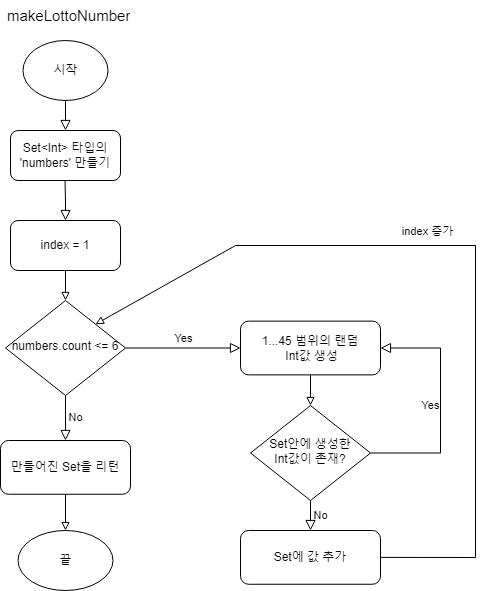
The draw.io diagram Step1.drawio.png in yagom-academy/swift-starter-Round2, before a commit. Source tidied: cells renumbered, new cells last; positions are measured from the earlier drawing's top-left corner, leaving out a move shared by most shapes.
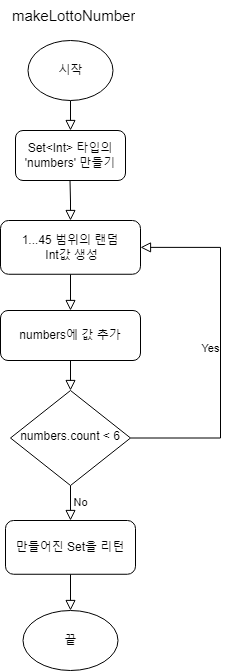
The same diagram one commit later.

Commit message:
Refactor: for-in 제거, repeat-while 조건 변경 기존 코드는 insert의 리턴값을 검사, .count의 개수를 검사하도록 변경 코드에 맞춰 플로우차트도 수정작업함

Diff of the diagram source:
```diff
@@ -11,77 +11,51 @@
     <mxCell id="3" value="No" style="rounded=0;html=1;jettySize=auto;fontSize=11;endArrow=block;endFill=0;endSize=8;strokeWidth=1;shadow=0;labelBackgroundColor=none;edgeStyle=orthogonalEdgeStyle;exitX=0.5;exitY=1;exitDx=0;exitDy=0;entryX=0.5;entryY=0;entryDx=0;entryDy=0;" parent="1" edge="1" source="5" target="20">
       <mxGeometry x="-0.02" y="10" relative="1" as="geometry" />
     </mxCell>
-    <mxCell id="4" value="Yes" style="edgeStyle=orthogonalEdgeStyle;rounded=0;html=1;jettySize=auto;fontSize=11;endArrow=block;endFill=0;endSize=8;strokeWidth=1;shadow=0;labelBackgroundColor=none;exitX=1;exitY=0.5;exitDx=0;exitDy=0;entryX=0;entryY=0.5;entryDx=0;entryDy=0;" parent="1" edge="1" source="5" target="7">
-      <mxGeometry y="10" relative="1" as="geometry" />
+    <mxCell id="4" value="Yes" style="edgeStyle=orthogonalEdgeStyle;rounded=0;html=1;jettySize=auto;fontSize=11;endArrow=block;endFill=0;endSize=8;strokeWidth=1;shadow=0;labelBackgroundColor=none;exitX=1;exitY=0.5;exitDx=0;exitDy=0;entryX=1;entryY=0.5;entryDx=0;entryDy=0;" parent="1" edge="1" source="5" target="7">
+      <mxGeometry y="10" relative="1" as="geometry">
+        <Array as="points">
+          <mxPoint x="215" y="438" />
+          <mxPoint x="215" y="247" />
+        </Array>
+      </mxGeometry>
     </mxCell>
-    <mxCell id="5" value="numbers.count &amp;lt;= 6" style="rhombus;whiteSpace=wrap;html=1;shadow=0;fontFamily=Helvetica;fontSize=12;align=center;strokeWidth=1;spacing=6;spacingTop=-4;" parent="1" vertex="1">
-      <mxGeometry x="5" y="300" width="120" height="95" as="geometry" />
+    <mxCell id="5" value="numbers.count &amp;lt;&amp;nbsp;6" style="rhombus;whiteSpace=wrap;html=1;shadow=0;fontFamily=Helvetica;fontSize=12;align=center;strokeWidth=1;spacing=6;spacingTop=-4;" parent="1" vertex="1">
+      <mxGeometry x="5" y="390" width="120" height="95" as="geometry" />
     </mxCell>
-    <mxCell id="6" style="edgeStyle=orthogonalEdgeStyle;rounded=0;jettySize=auto;html=1;endArrow=block;endFill=0;" parent="1" edge="1" source="7" target="15">
+    <mxCell id="6" style="edgeStyle=orthogonalEdgeStyle;rounded=0;jettySize=auto;html=1;endArrow=block;endFill=0;entryX=0.5;entryY=0;entryDx=0;entryDy=0;endSize=8;" parent="1" edge="1" source="7" target="18">
       <mxGeometry relative="1" as="geometry" />
     </mxCell>
     <mxCell id="7" value="1...45 범위의 랜덤&lt;br&gt;&amp;nbsp;Int값 생성" style="rounded=1;whiteSpace=wrap;html=1;fontSize=12;glass=0;strokeWidth=1;shadow=0;" parent="1" vertex="1">
-      <mxGeometry x="240" y="320.6" width="140" height="53.8" as="geometry" />
+      <mxGeometry x="-5" y="220" width="140" height="53.8" as="geometry" />
     </mxCell>
     <mxCell id="8" value="시작" style="ellipse;whiteSpace=wrap;html=1;" parent="1" vertex="1">
       <mxGeometry x="22.5" y="40" width="85" height="60" as="geometry" />
     </mxCell>
     <mxCell id="9" value="끝" style="ellipse;whiteSpace=wrap;html=1;" parent="1" vertex="1">
-      <mxGeometry x="17.5" y="530" width="95" height="60" as="geometry" />
+      <mxGeometry x="17.5" y="610" width="95" height="60" as="geometry" />
     </mxCell>
     <mxCell id="10" value="&lt;span style=&quot;font-size: 15px;&quot;&gt;makeLottoNumber&lt;/span&gt;" style="text;strokeColor=none;fillColor=none;align=left;verticalAlign=middle;spacingLeft=4;spacingRight=4;overflow=hidden;whiteSpace=wrap;html=1;" parent="1" vertex="1">
       <mxGeometry x="1.2" width="147.5" height="30" as="geometry" />
     </mxCell>
-    <mxCell id="11" style="endArrow=block;rounded=0;endFill=0;entryX=1;entryY=0;entryDx=0;entryDy=0;html=1;exitX=1;exitY=0.5;exitDx=0;exitDy=0;" parent="1" edge="1" source="18" target="5">
-      <mxGeometry relative="1" as="geometry">
-        <Array as="points">
-          <mxPoint x="475" y="557" />
-          <mxPoint x="475" y="245" />
-          <mxPoint x="235" y="245" />
-        </Array>
-      </mxGeometry>
-    </mxCell>
-    <mxCell id="12" value="index 증가" style="edgeLabel;html=1;align=center;verticalAlign=middle;" parent="11" vertex="1">
-      <mxGeometry x="0.15" y="2" relative="1" as="geometry">
-        <mxPoint x="7" y="-17" as="offset" />
-      </mxGeometry>
-    </mxCell>
     <mxCell id="13" value="Set&amp;lt;Int&amp;gt; 타입의 'numbers' 만들기" style="rounded=1;whiteSpace=wrap;html=1;" parent="1" vertex="1">
       <mxGeometry x="10" y="130" width="110" height="50" as="geometry" />
     </mxCell>
-    <mxCell id="14" style="rounded=0;html=1;jettySize=auto;fontSize=11;endArrow=block;endFill=0;endSize=8;strokeWidth=1;shadow=0;labelBackgroundColor=none;edgeStyle=orthogonalEdgeStyle;entryX=0.5;entryY=0;entryDx=0;entryDy=0;" parent="1" edge="1" target="22">
+    <mxCell id="14" style="rounded=0;html=1;jettySize=auto;fontSize=11;endArrow=block;endFill=0;endSize=8;strokeWidth=1;shadow=0;labelBackgroundColor=none;edgeStyle=orthogonalEdgeStyle;entryX=0.5;entryY=0;entryDx=0;entryDy=0;" parent="1" edge="1" target="7">
       <mxGeometry relative="1" as="geometry">
         <mxPoint x="64.5" y="180" as="sourcePoint" />
       </mxGeometry>
     </mxCell>
-    <mxCell id="15" value="Set안에 생성한&lt;br&gt;Int값이 존재?" style="rhombus;whiteSpace=wrap;html=1;shadow=0;fontFamily=Helvetica;fontSize=12;align=center;strokeWidth=1;spacing=6;spacingTop=-4;" parent="1" vertex="1">
-      <mxGeometry x="250" y="405" width="120" height="95" as="geometry" />
-    </mxCell>
-    <mxCell id="16" value="Yes" style="edgeStyle=orthogonalEdgeStyle;rounded=0;html=1;jettySize=auto;fontSize=11;endArrow=block;endFill=0;endSize=8;strokeWidth=1;shadow=0;labelBackgroundColor=none;exitX=1;exitY=0.5;exitDx=0;exitDy=0;entryX=1;entryY=0.5;entryDx=0;entryDy=0;" parent="1" edge="1" source="15" target="7">
-      <mxGeometry y="10" relative="1" as="geometry">
-        <Array as="points">
-          <mxPoint x="440" y="453" />
-          <mxPoint x="440" y="348" />
-        </Array>
-      </mxGeometry>
-    </mxCell>
-    <mxCell id="17" value="No" style="rounded=0;html=1;jettySize=auto;fontSize=11;endArrow=block;endFill=0;endSize=8;strokeWidth=1;shadow=0;labelBackgroundColor=none;edgeStyle=orthogonalEdgeStyle;exitX=0.5;exitY=1;exitDx=0;exitDy=0;entryX=0.5;entryY=0;entryDx=0;entryDy=0;" parent="1" edge="1" source="15" target="18">
-      <mxGeometry x="-0.02" y="10" relative="1" as="geometry" />
-    </mxCell>
+    <mxCell id="11" style="edgeStyle=orthogonalEdgeStyle;rounded=0;jettySize=auto;html=1;endSize=8;endArrow=block;endFill=0;" parent="1" edge="1" source="18" target="5">
+      <mxGeometry relative="1" as="geometry" />
+    </mxCell>
-    <mxCell id="18" value="Set에 값 추가" style="rounded=1;whiteSpace=wrap;html=1;fontSize=12;glass=0;strokeWidth=1;shadow=0;" parent="1" vertex="1">
-      <mxGeometry x="240" y="530" width="140" height="53.8" as="geometry" />
+    <mxCell id="18" value="numbers에 값 추가" style="rounded=1;whiteSpace=wrap;html=1;fontSize=12;glass=0;strokeWidth=1;shadow=0;" parent="1" vertex="1">
+      <mxGeometry x="-5" y="310" width="140" height="50" as="geometry" />
     </mxCell>
-    <mxCell id="19" style="edgeStyle=orthogonalEdgeStyle;rounded=0;jettySize=auto;html=1;endArrow=block;endFill=0;exitX=0.5;exitY=1;exitDx=0;exitDy=0;" parent="1" edge="1" source="20" target="9">
+    <mxCell id="19" style="edgeStyle=orthogonalEdgeStyle;rounded=0;jettySize=auto;html=1;endArrow=block;endFill=0;exitX=0.5;exitY=1;exitDx=0;exitDy=0;endSize=8;" parent="1" edge="1" source="20" target="9">
       <mxGeometry relative="1" as="geometry" />
     </mxCell>
     <mxCell id="20" value="만들어진 Set을 리턴" style="rounded=1;whiteSpace=wrap;html=1;fontSize=12;glass=0;strokeWidth=1;shadow=0;" parent="1" vertex="1">
-      <mxGeometry y="440" width="130" height="53.8" as="geometry" />
+      <mxGeometry y="520" width="130" height="53.8" as="geometry" />
     </mxCell>
-    <mxCell id="21" style="edgeStyle=orthogonalEdgeStyle;rounded=0;jettySize=auto;html=1;endArrow=block;endFill=0;" parent="1" edge="1" source="22" target="5">
-      <mxGeometry relative="1" as="geometry" />
-    </mxCell>
-    <mxCell id="22" value="index = 1" style="rounded=1;whiteSpace=wrap;html=1;" parent="1" vertex="1">
-      <mxGeometry x="10" y="220" width="110" height="50" as="geometry" />
-    </mxCell>
   </root>
 </mxGraphModel>
```
